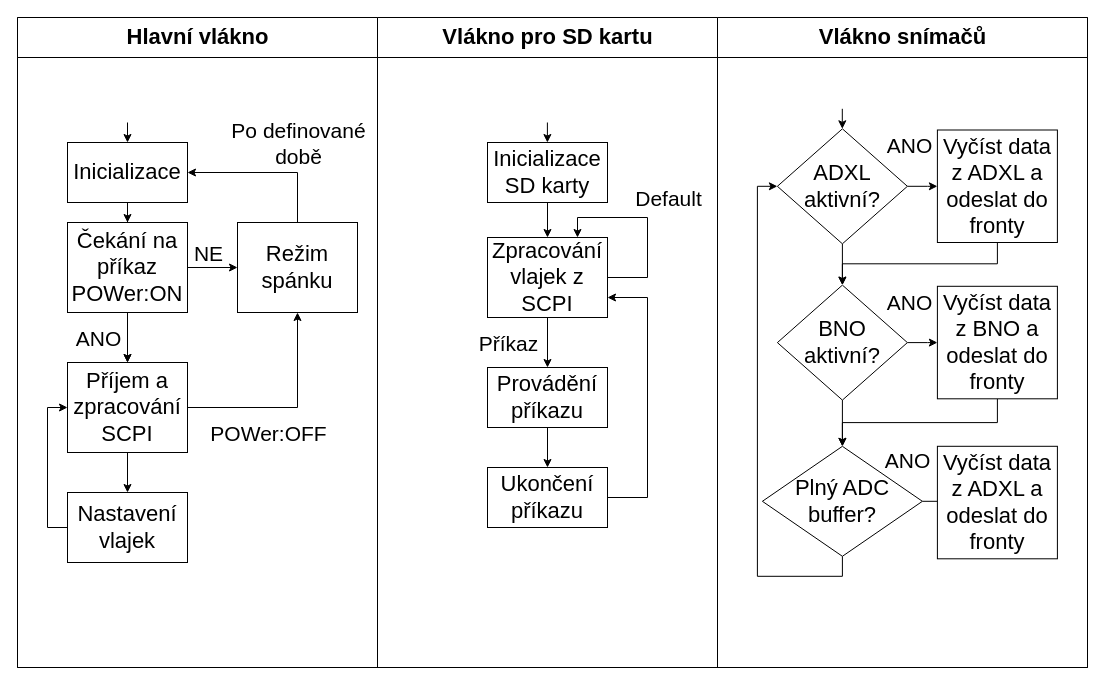
Above: firmware.drawio in drasalmarek/accelerometer_block_diagram (draw.io), before the change. Source tidied: cells renumbered, new cells numbered last; positions are measured from the earlier drawing's top-left corner, leaving out a move shared by most shapes. Both pictures are drawn from the tidied source at 100%, with x=0, y=0 at pixel (17, 17).
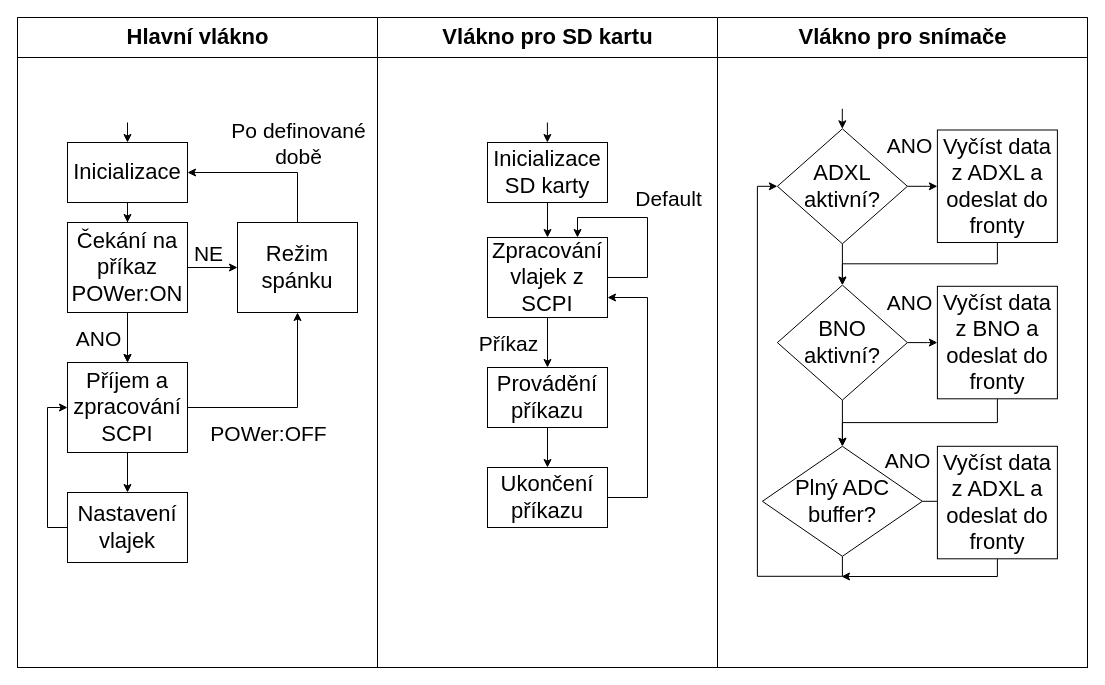
After the change.

The change refers to these unchanged cells:
```xml
<mxCell id="2" style="swimlane;startSize=0;html=1;fontSize=22;" parent="1" vertex="1">
  <mxGeometry width="1070" height="650" as="geometry" />
</mxCell>
<mxCell id="52" value="Vyčíst data z ADXL a odeslat do fronty" style="rounded=0;whiteSpace=wrap;html=1;fontSize=22;" parent="35" vertex="1">
  <mxGeometry x="219.9" y="428.8" width="120" height="112.5" as="geometry" />
</mxCell>
```

What changed in the source:
```diff
@@
-    <mxCell id="35" value="Vlákno snímačů" style="swimlane;startSize=40;html=1;fontSize=22;" parent="2" vertex="1">
+    <mxCell id="35" value="Vlákno pro snímače" style="swimlane;startSize=40;html=1;fontSize=22;" parent="2" vertex="1">
       <mxGeometry x="700" width="370" height="650" as="geometry" />
     </mxCell>
@@
+    <mxCell id="54" style="edgeStyle=orthogonalEdgeStyle;rounded=0;jettySize=auto;html=1;exitX=0.5;exitY=1;exitDx=0;exitDy=0;" parent="35" edge="1" source="52">
+      <mxGeometry relative="1" as="geometry">
+        <mxPoint x="124" y="559" as="targetPoint" />
+        <Array as="points">
+          <mxPoint x="280" y="559" />
+        </Array>
+      </mxGeometry>
+    </mxCell>
```
